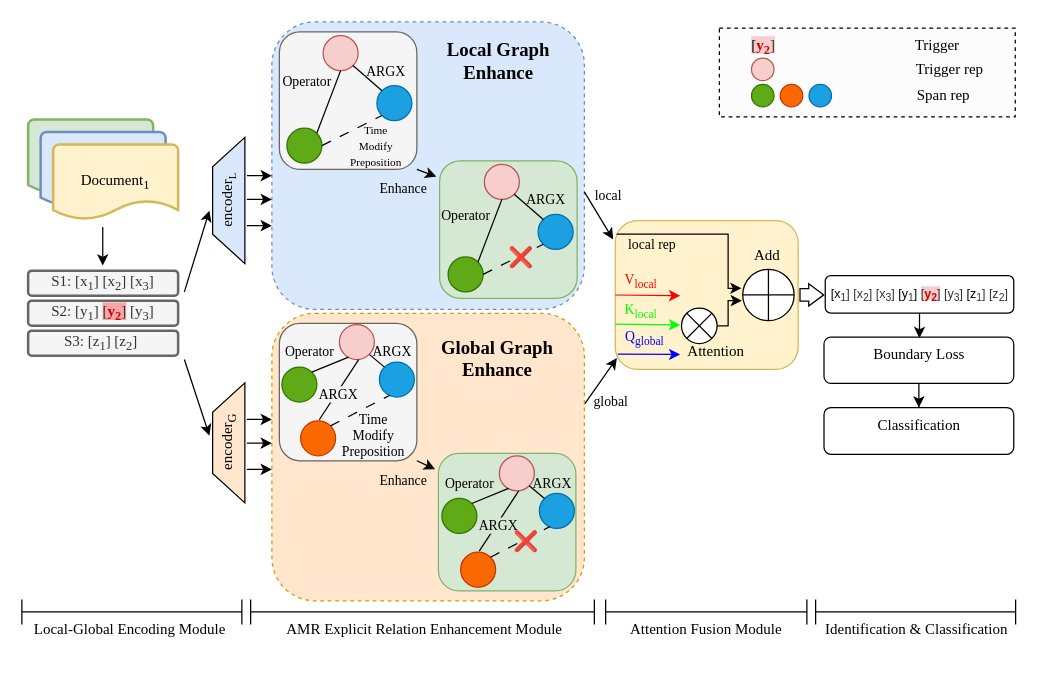
Before: model-modify2.drawio in crawlerWPS/drawing, a draw.io diagram. Source tidied: cells renumbered, new cells numbered last; positions are measured from the earlier drawing's top-left corner, leaving out a move shared by most shapes. Both pictures are drawn from the tidied source at 125%, with x=0, y=0 at pixel (21, 21).
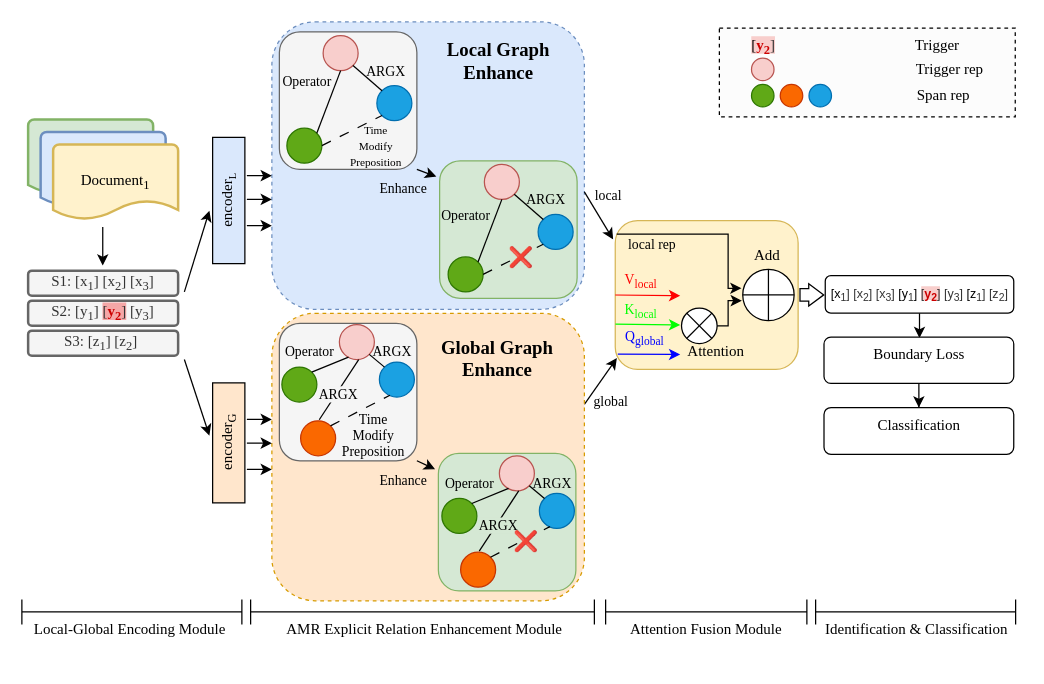
The same page after the edit.

Change to the diagram source:
```diff
@@
-    <mxCell id="105" value="&lt;font face=&quot;Times New Roman&quot;&gt;encoder&lt;span style=&quot;font-size: 10px;&quot;&gt;&lt;sub&gt;L&lt;/sub&gt;&lt;/span&gt;&lt;/font&gt;" style="shape=trapezoid;perimeter=trapezoidPerimeter;whiteSpace=wrap;html=1;fixedSize=1;rotation=-90;size=23.600000000000023;fillColor=#dae8fc;" parent="1" vertex="1">
+    <mxCell id="105" value="&lt;font face=&quot;Times New Roman&quot;&gt;encoder&lt;span style=&quot;font-size: 10px;&quot;&gt;&lt;sub&gt;L&lt;/sub&gt;&lt;/span&gt;&lt;/font&gt;" style="shape=trapezoid;perimeter=trapezoidPerimeter;whiteSpace=wrap;html=1;fixedSize=1;rotation=-90;size=-5;fillColor=#dae8fc;" parent="1" vertex="1">
       <mxGeometry x="115" y="130" width="101" height="25.8" as="geometry" />
     </mxCell>
-    <mxCell id="106" value="&lt;font face=&quot;Times New Roman&quot;&gt;encoder&lt;sub&gt;G&lt;/sub&gt;&lt;/font&gt;" style="shape=trapezoid;perimeter=trapezoidPerimeter;whiteSpace=wrap;html=1;fixedSize=1;rotation=-90;size=23.600000000000023;fillColor=#ffe6cc;" parent="1" vertex="1">
+    <mxCell id="106" value="&lt;font face=&quot;Times New Roman&quot;&gt;encoder&lt;sub&gt;G&lt;/sub&gt;&lt;/font&gt;" style="shape=trapezoid;perimeter=trapezoidPerimeter;whiteSpace=wrap;html=1;fixedSize=1;rotation=-90;size=-7.5;fillColor=#ffe6cc;" parent="1" vertex="1">
       <mxGeometry x="117.5" y="323.9" width="96" height="25.8" as="geometry" />
     </mxCell>
```
